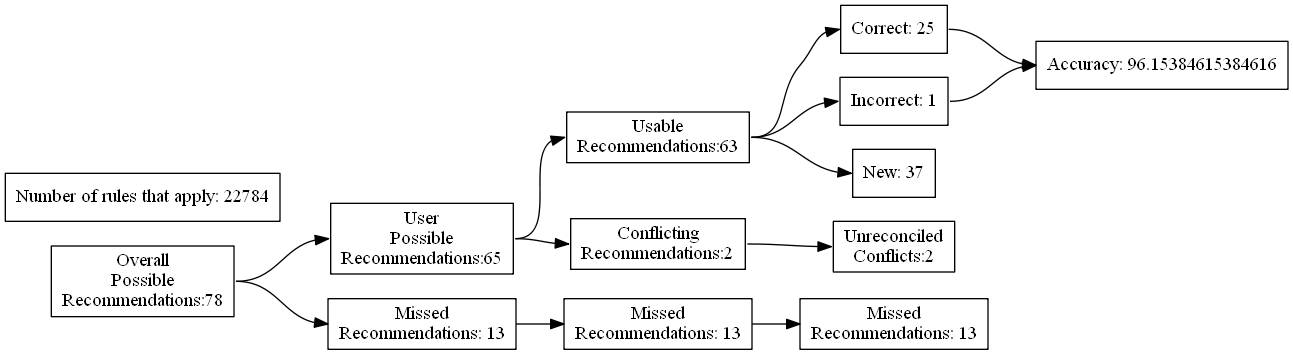
Before: test_renders/89.gv.png, a diagram exported from Graphviz (ZaxR/ibd_diet_analysis). Its source is kept beside it as test_renders/89.gv.
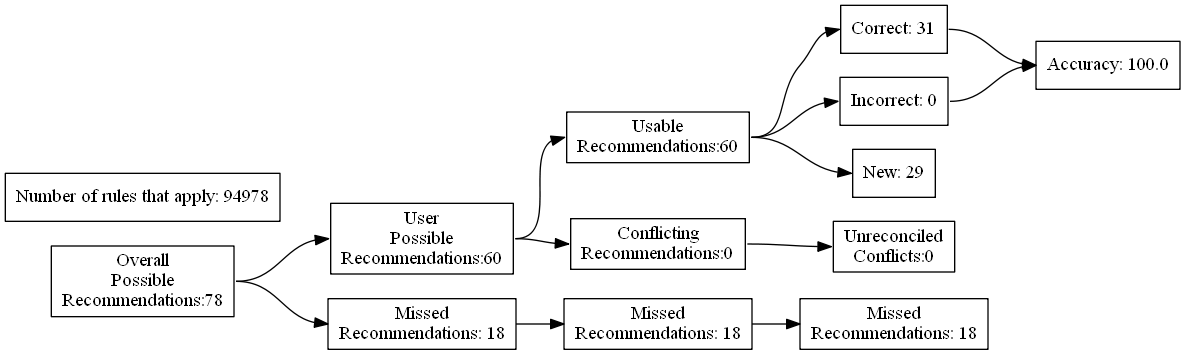
The same file after the commit.

Diff of the diagram source:
```diff
@@ -7,24 +7,24 @@
 Recommendations:78"]
 		B [label="User
 Possible
-Recommendations:65"]
+Recommendations:60"]
 		C [label="Missed
-Recommendations: 13"]
+Recommendations: 18"]
 		D [label="Usable
-Recommendations:63"]
+Recommendations:60"]
 		E [label="Conflicting
-Recommendations:2"]
+Recommendations:0"]
 		J [label="Missed
-Recommendations: 13"]
+Recommendations: 18"]
 		M [label="Unreconciled
-Conflicts:2"]
-		F [label="Correct: 25"]
-		G [label="Incorrect: 1"]
-		H [label="New: 37"]
+Conflicts:0"]
+		F [label="Correct: 31"]
+		G [label="Incorrect: 0"]
+		H [label="New: 29"]
 		K [label="Missed
-Recommendations: 13"]
-		I [label="Accuracy: 96.15384615384616"]
-		l [label="Number of rules that apply: 22784"]
+Recommendations: 18"]
+		I [label="Accuracy: 100.0"]
+		l [label="Number of rules that apply: 94978"]
 			A -> B
 			A -> C
 			B -> D
```
